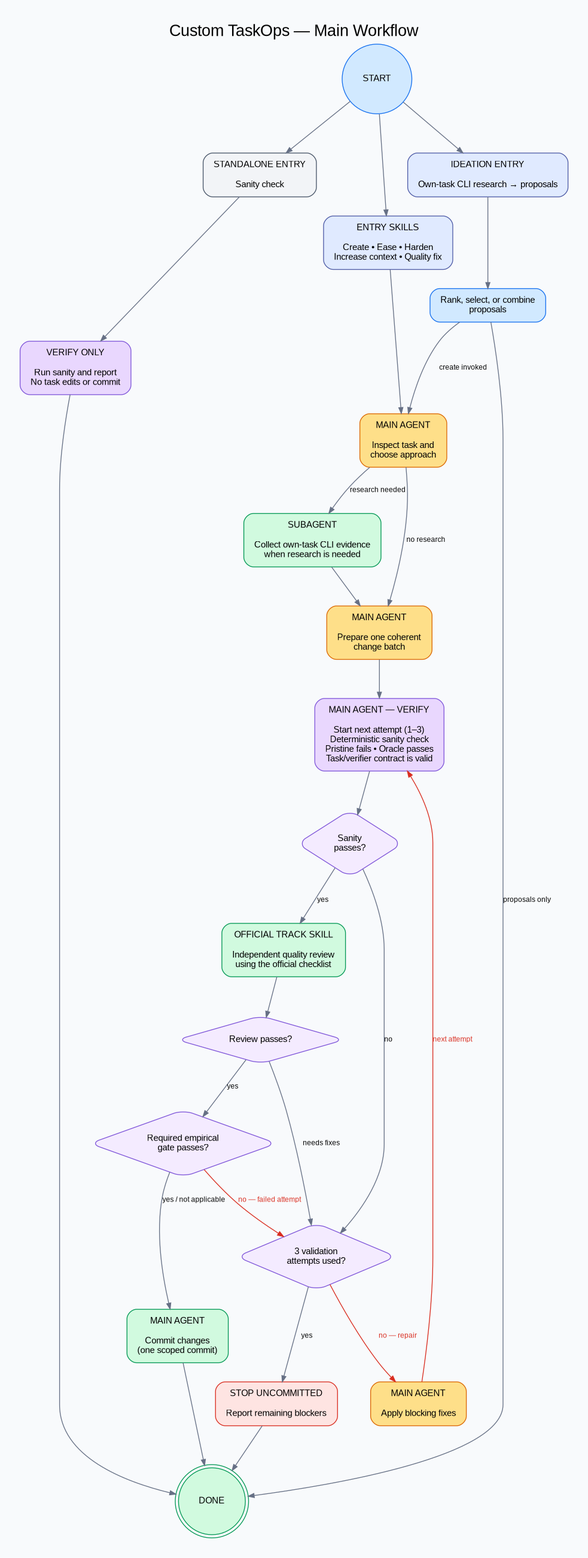
Earlier version of the Graphviz export docs/taskops-workflow.png (hrnmeta/custom-taskops). Its source is kept beside it as docs/taskops-workflow.dot.
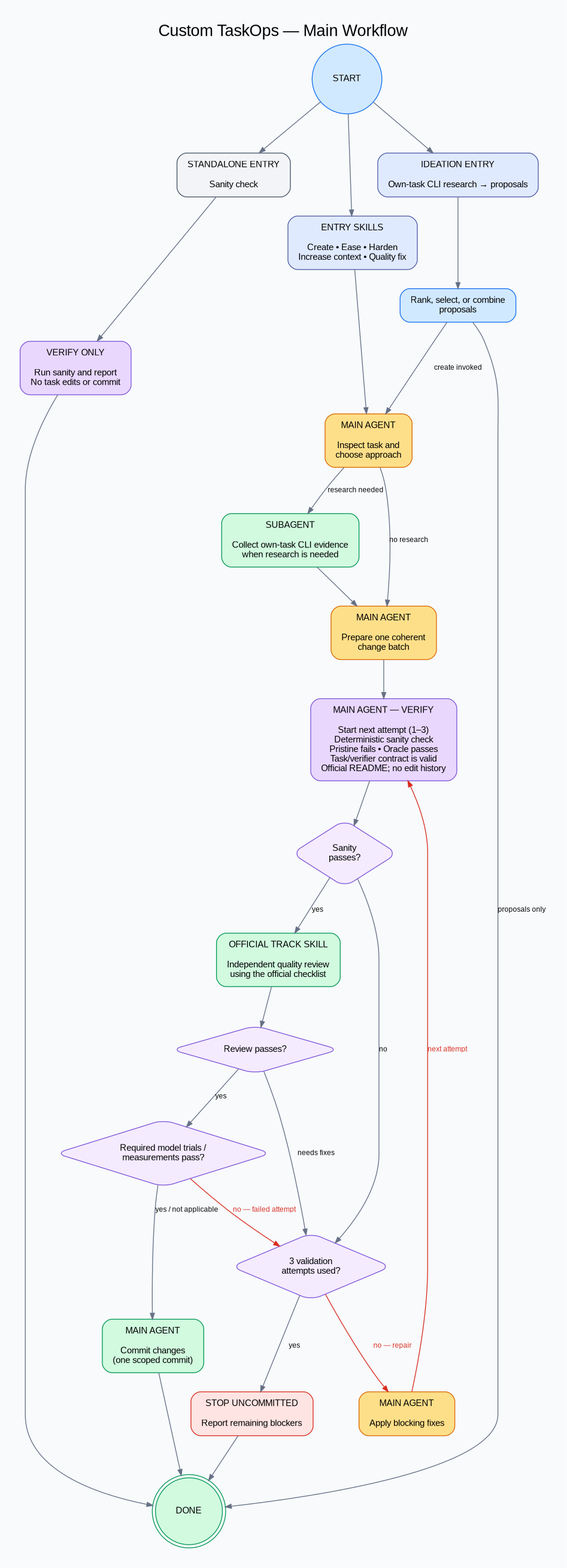
After the commit.

The edit, as a diff of the source:
```diff
@@ -14,11 +14,11 @@
   research [label="SUBAGENT\n\nCollect own-task CLI evidence\nwhen research is needed", fillcolor="#D1FADF", color="#039855"];
   edit [label="MAIN AGENT\n\nPrepare one coherent\nchange batch", fillcolor="#FEDF89", color="#DC6803"];
 
-  sanity [label="MAIN AGENT — VERIFY\n\nStart next attempt (1–3)\nDeterministic sanity check\nPristine fails • Oracle passes\nTask/verifier contract is valid", fillcolor="#E9D7FE", color="#7F56D9"];
+  sanity [label="MAIN AGENT — VERIFY\n\nStart next attempt (1–3)\nDeterministic sanity check\nPristine fails • Oracle passes\nTask/verifier contract is valid\nOfficial README; no edit history", fillcolor="#E9D7FE", color="#7F56D9"];
   sanity_ok [shape=diamond, label="Sanity\npasses?", fillcolor="#F4EBFF", color="#7F56D9"];
   reviewer [label="OFFICIAL TRACK SKILL\n\nIndependent quality review\nusing the official checklist", fillcolor="#D1FADF", color="#039855"];
   verdict [shape=diamond, label="Review passes?", fillcolor="#F4EBFF", color="#7F56D9"];
-  empirical [shape=diamond, label="Required empirical\ngate passes?", fillcolor="#F4EBFF", color="#7F56D9"];
+  empirical [shape=diamond, label="Required model trials /\nmeasurements pass?", fillcolor="#F4EBFF", color="#7F56D9"];
 
   fix [label="MAIN AGENT\n\nApply blocking fixes", fillcolor="#FEDF89", color="#DC6803"];
   cap [shape=diamond, label="3 validation\nattempts used?", fillcolor="#F4EBFF", color="#7F56D9"];
```
